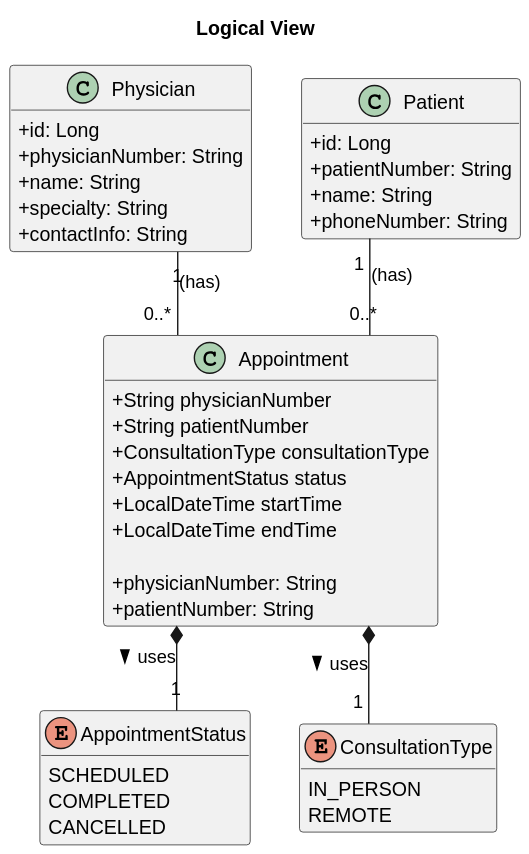
The PlantUML diagram docs/iteração2/Vista Lógica/VL1.svg in 1211104/PROJ_SIDIS2025, before a commit. Source of this version:
```plantuml
@startuml
title Logical View

skinparam classAttributeIconSize 0
skinparam linetype ortho
hide empty members


class Physician {
  + id: Long
  + physicianNumber: String
  + name: String
  + specialty: String
  + contactInfo: String
}

class Patient {
  + id: Long
  + patientNumber: String
  + name: String
  + phoneNumber: String
}

class Appointment {
    +String physicianNumber
    +String patientNumber
    +ConsultationType consultationType
    +AppointmentStatus status
    +LocalDateTime startTime
    +LocalDateTime endTime

  + physicianNumber: String
  + patientNumber: String
}

enum AppointmentStatus {
  SCHEDULED
  COMPLETED
  CANCELLED
}

enum ConsultationType {
  IN_PERSON
  REMOTE
}

Physician "1" -- "0..*" Appointment : (has)

Patient "1" -- "0..*" Appointment : (has)

Appointment *-- "1" AppointmentStatus : uses >
Appointment *-- "1" ConsultationType : uses >
@enduml
```
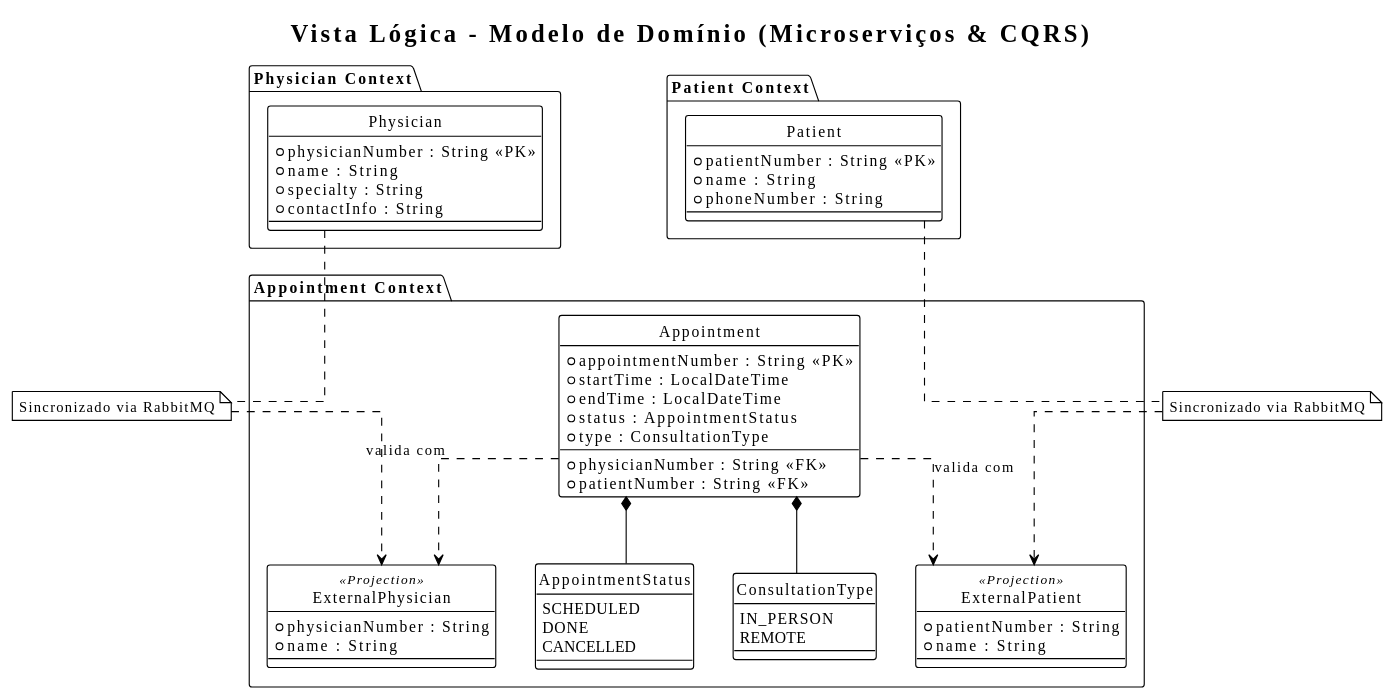
The same diagram one commit later.

The edit, as a diff of the source:
```diff
@@ -1,53 +1,76 @@
 @startuml
-title Logical View
+!theme plain
+hide circle
+skinparam linetype ortho
 
-skinparam classAttributeIconSize 0
-skinparam linetype ortho
-hide empty members
+title Vista Lógica - Modelo de Domínio (Microserviços & CQRS)
+
+package "Physician Context" {
+    class Physician {
+        + physicianNumber : String <<PK>>
+        + name : String
+        + specialty : String
+        + contactInfo : String
+    }
+}
+
+package "Patient Context" {
+    class Patient {
+        + patientNumber : String <<PK>>
+        + name : String
+        + phoneNumber : String
+    }
+}
+
+package "Appointment Context" {
+    class Appointment {
+        + appointmentNumber : String <<PK>>
+        + startTime : LocalDateTime
+        + endTime : LocalDateTime
+        + status : AppointmentStatus
+        + type : ConsultationType
+        --
+        + physicianNumber : String <<FK>>
+        + patientNumber : String <<FK>>
+    }
+
+    enum AppointmentStatus {
+        SCHEDULED
+        DONE
+        CANCELLED
+    }
+
+    enum ConsultationType {
+        IN_PERSON
+        REMOTE
+    }
+
+    class "ExternalPhysician" as ExtPhys <<Projection>> {
+        + physicianNumber : String
+        + name : String
+    }
+
+    class "ExternalPatient" as ExtPat <<Projection>> {
+        + patientNumber : String
+        + name : String
+    }
+
+    Appointment *-- AppointmentStatus
+    Appointment *-- ConsultationType
+
+    Appointment ..> ExtPhys : valida com
+    Appointment ..> ExtPat : valida com
+}
+
+Physician -[hidden]down-> Appointment
+Patient -[hidden]down-> Appointment
 
 
-class Physician {
-  + id: Long
-  + physicianNumber: String
-  + name: String
-  + specialty: String
-  + contactInfo: String
-}
+note "Sincronizado via RabbitMQ" as N2
+Physician .. N2
+N2 ..> ExtPhys
 
-class Patient {
-  + id: Long
-  + patientNumber: String
-  + name: String
-  + phoneNumber: String
-}
-
-class Appointment {
-    +String physicianNumber
-    +String patientNumber
-    +ConsultationType consultationType
-    +AppointmentStatus status
-    +LocalDateTime startTime
-    +LocalDateTime endTime
-
-  + physicianNumber: String
-  + patientNumber: String
-}
-
-enum AppointmentStatus {
-  SCHEDULED
-  COMPLETED
-  CANCELLED
-}
-
-enum ConsultationType {
-  IN_PERSON
-  REMOTE
-}
-
-Physician "1" -- "0..*" Appointment : (has)
-
-Patient "1" -- "0..*" Appointment : (has)
-
-Appointment *-- "1" AppointmentStatus : uses >
-Appointment *-- "1" ConsultationType : uses >
+note "Sincronizado via RabbitMQ" as N1
+Patient .. N1
+N1 ..> ExtPat
 @enduml
```
